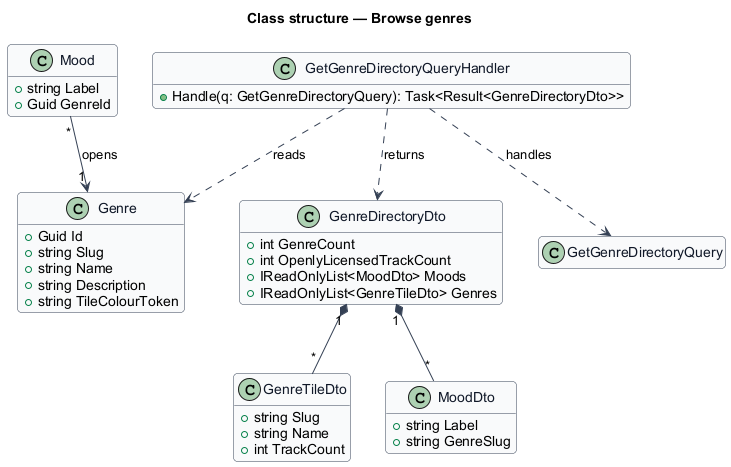
Before: docs/detailed-designs/discovery/browse-genres/diagrams/class-structure.png, a diagram exported from PlantUML (QuinntyneBrown/hummi). Source of this version:
```plantuml
@startuml
skinparam backgroundColor #FFFFFF
skinparam shadowing false
skinparam roundcorner 8
skinparam defaultFontName Arial
skinparam ArrowColor #344054
skinparam class {
  BorderColor #344054
  FontColor #101828
  BackgroundColor #F9FAFB
}
hide empty members
title Class structure — Browse genres

class Genre {
  +Guid Id
  +string Slug
  +string Name
  +string Description
  +string TileColourToken
}
class Mood {
  +string Label
  +Guid GenreId
}
class GenreDirectoryDto {
  +int GenreCount
  +int OpenlyLicensedTrackCount
  +IReadOnlyList<MoodDto> Moods
  +IReadOnlyList<GenreTileDto> Genres
}
class GenreTileDto {
  +string Slug
  +string Name
  +int TrackCount
}
class MoodDto {
  +string Label
  +string GenreSlug
}
class GetGenreDirectoryQuery
class GetGenreDirectoryQueryHandler {
  +Handle(q: GetGenreDirectoryQuery): Task<Result<GenreDirectoryDto>>
}
GetGenreDirectoryQueryHandler ..> GetGenreDirectoryQuery : handles
GetGenreDirectoryQueryHandler ..> Genre : reads
GetGenreDirectoryQueryHandler ..> GenreDirectoryDto : returns
GenreDirectoryDto "1" *-- "*" GenreTileDto
GenreDirectoryDto "1" *-- "*" MoodDto
Mood "*" --> "1" Genre : opens
@enduml
```
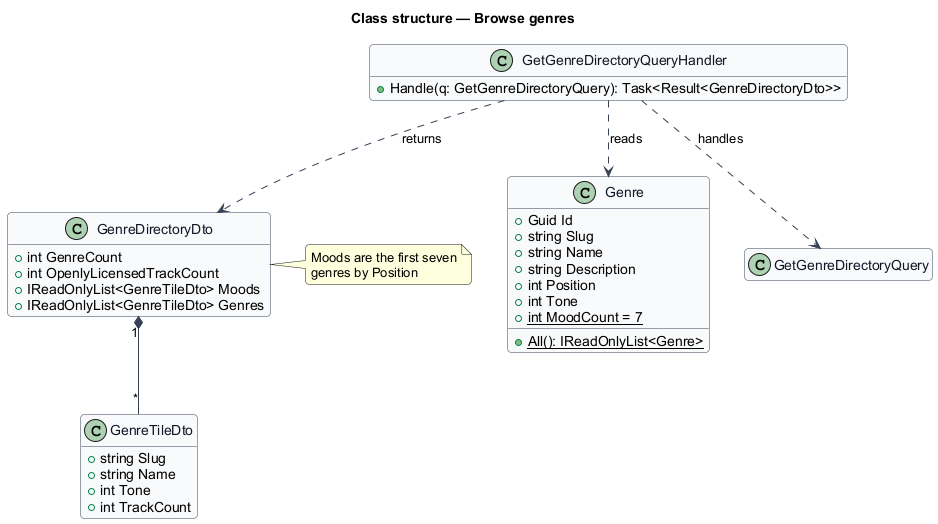
After the commit.

Change to the diagram source:
```diff
@@ -17,26 +17,22 @@
   +string Slug
   +string Name
   +string Description
-  +string TileColourToken
-}
-class Mood {
-  +string Label
-  +Guid GenreId
+  +int Position
+  +int Tone
+  +{static} int MoodCount = 7
+  +{static} All(): IReadOnlyList<Genre>
 }
 class GenreDirectoryDto {
   +int GenreCount
   +int OpenlyLicensedTrackCount
-  +IReadOnlyList<MoodDto> Moods
+  +IReadOnlyList<GenreTileDto> Moods
   +IReadOnlyList<GenreTileDto> Genres
 }
 class GenreTileDto {
   +string Slug
   +string Name
+  +int Tone
   +int TrackCount
-}
-class MoodDto {
-  +string Label
-  +string GenreSlug
 }
 class GetGenreDirectoryQuery
 class GetGenreDirectoryQueryHandler {
@@ -46,6 +42,5 @@
 GetGenreDirectoryQueryHandler ..> Genre : reads
 GetGenreDirectoryQueryHandler ..> GenreDirectoryDto : returns
 GenreDirectoryDto "1" *-- "*" GenreTileDto
-GenreDirectoryDto "1" *-- "*" MoodDto
-Mood "*" --> "1" Genre : opens
+note right of GenreDirectoryDto : Moods are the first seven\ngenres by Position
 @enduml
```
